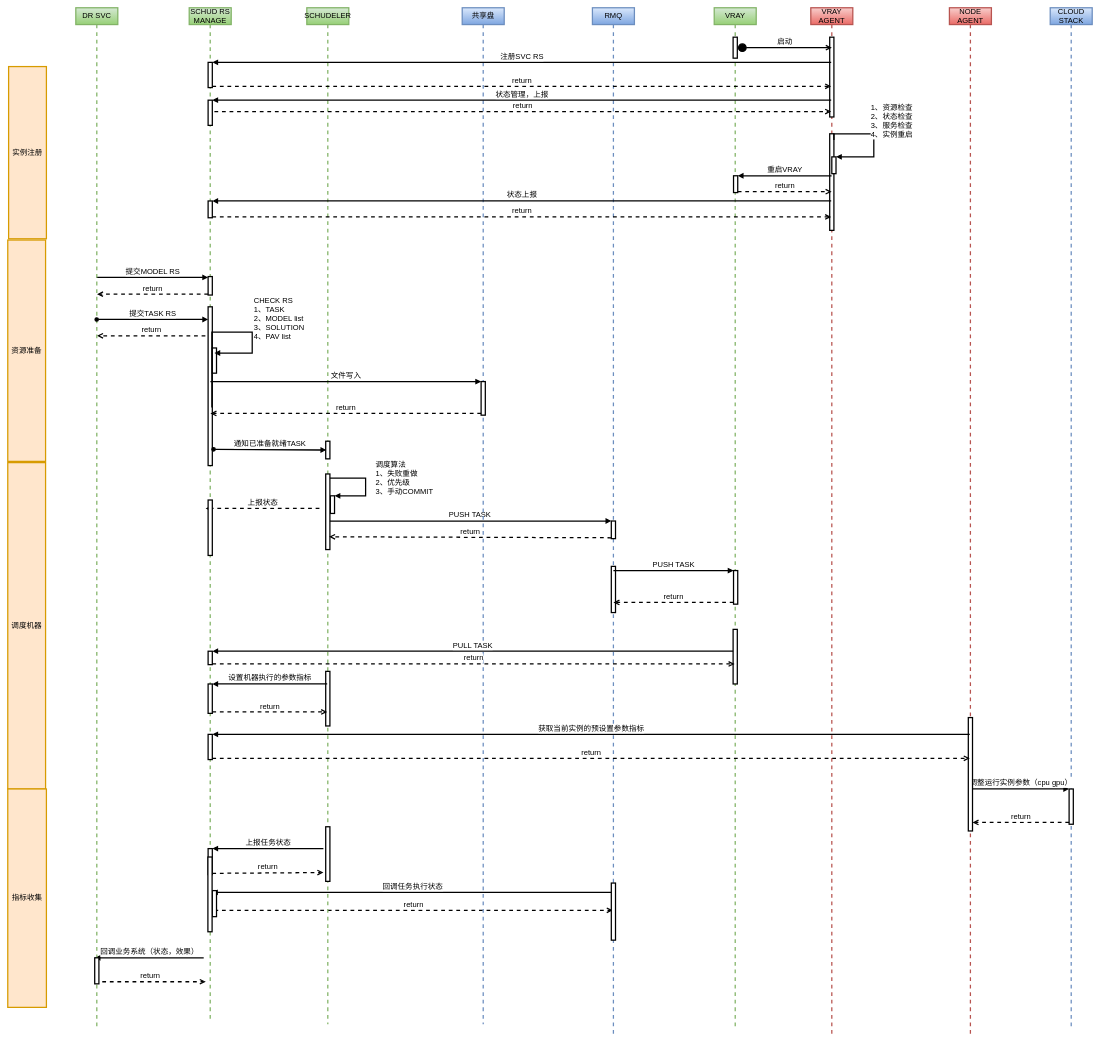
Above: 平台2.0/云渲染调度时序图.drawio in Msimplehub/abbysun (draw.io), before the change. Source tidied: cells renumbered, new cells numbered last; positions are measured from the earlier drawing's top-left corner, leaving out a move shared by most shapes. Both pictures are drawn from the tidied source at 42%, with x=0, y=0 at pixel (8, 8).
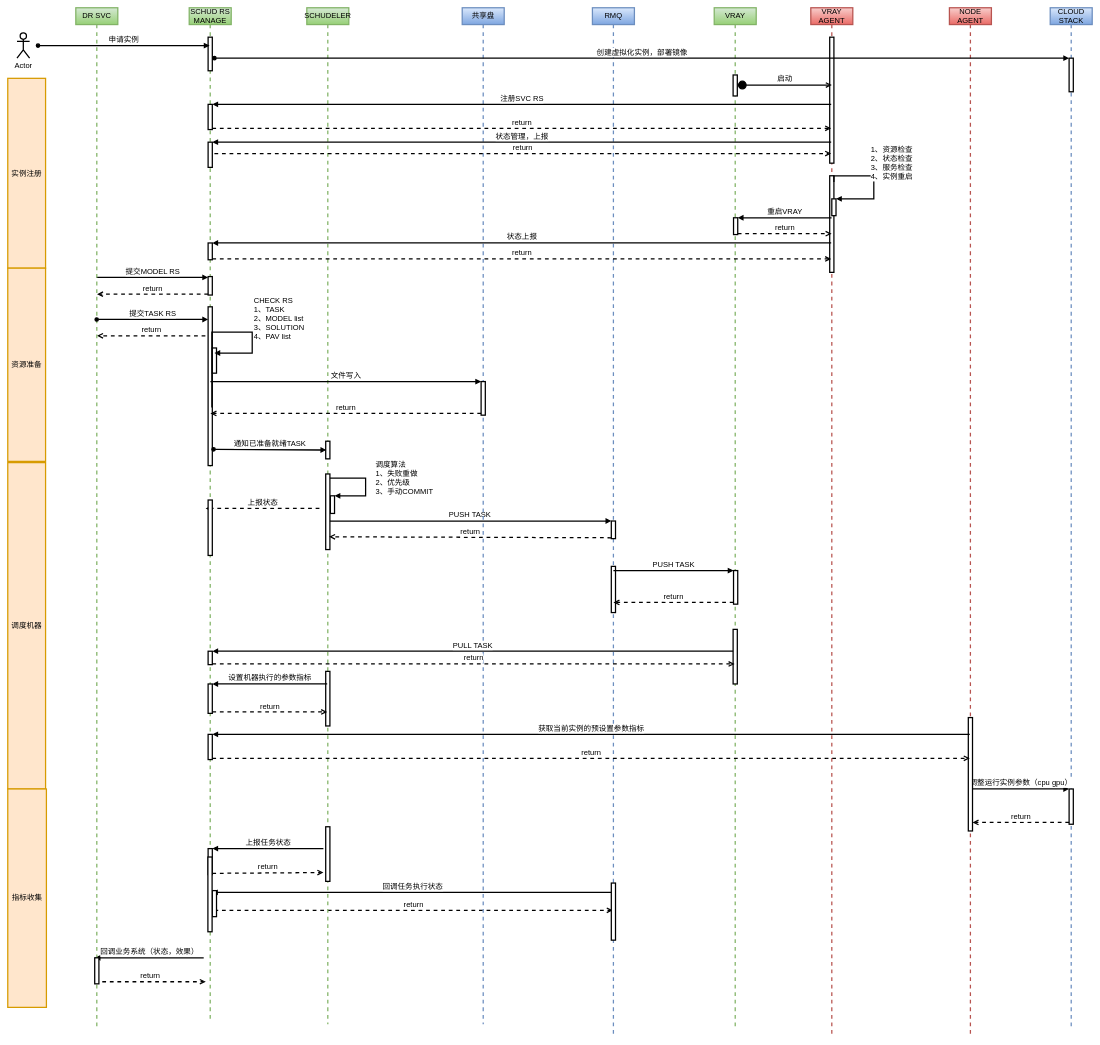
The same page after the edit.

Commit message (it also covers changes not shown here):
Update 云渲染调度时序图.drawio

The change refers to these unchanged cells:
```xml
<mxCell id="2" value="CLOUD STACK" style="shape=umlLifeline;perimeter=lifelinePerimeter;whiteSpace=wrap;html=1;fillColor=#dae8fc;strokeWidth=3;fontSize=18;strokeColor=#6c8ebf;gradientColor=#7ea6e0;" parent="1" vertex="1">
  <mxGeometry x="2482" width="100" height="2430" as="geometry" />
</mxCell>
<mxCell id="16" value="VRAY AGENT" style="shape=umlLifeline;perimeter=lifelinePerimeter;whiteSpace=wrap;html=1;outlineConnect=0;fillColor=#f8cecc;strokeWidth=3;fontSize=18;strokeColor=#b85450;gradientColor=#ea6b66;" parent="1" vertex="1">
  <mxGeometry x="1912" width="100" height="2450" as="geometry" />
</mxCell>
<mxCell id="23" value="SCHUD RS MANAGE" style="shape=umlLifeline;perimeter=lifelinePerimeter;whiteSpace=wrap;html=1;outlineConnect=0;fillColor=#d5e8d4;strokeWidth=3;fontSize=18;strokeColor=#82b366;gradientColor=#97d077;" parent="16" vertex="1">
  <mxGeometry x="-1480" width="100" height="2410" as="geometry" />
</mxCell>
<mxCell id="51" value="VRAY" style="shape=umlLifeline;perimeter=lifelinePerimeter;whiteSpace=wrap;html=1;outlineConnect=0;fillColor=#d5e8d4;strokeWidth=3;fontSize=18;strokeColor=#82b366;gradientColor=#97d077;" parent="16" vertex="1">
  <mxGeometry x="-230" width="100" height="2430" as="geometry" />
</mxCell>
```

What changed in the source:
```diff
@@
+    <mxCell id="85" style="html=1;perimeter=orthogonalPerimeter;fontSize=18;strokeWidth=3;" parent="2" vertex="1">
+      <mxGeometry x="45" y="120" width="10" height="80" as="geometry" />
+    </mxCell>
@@
     <mxCell id="17" style="html=1;perimeter=orthogonalPerimeter;strokeWidth=3;fontSize=18;" parent="16" vertex="1">
-      <mxGeometry x="45" y="300" width="10" height="230" as="geometry" />
+      <mxGeometry x="45" y="400" width="10" height="230" as="geometry" />
     </mxCell>
     <mxCell id="18" style="html=1;points=[];perimeter=orthogonalPerimeter;strokeWidth=3;fontSize=18;" parent="16" vertex="1">
-      <mxGeometry x="50" y="355" width="10" height="40" as="geometry" />
+      <mxGeometry x="50" y="455" width="10" height="40" as="geometry" />
     </mxCell>
     <mxCell id="19" value="1、资源检查&lt;br style=&quot;font-size: 18px;&quot;&gt;2、状态检查&lt;br style=&quot;font-size: 18px;&quot;&gt;3、服务检查&lt;br style=&quot;font-size: 18px;&quot;&gt;4、实例重启" style="edgeStyle=orthogonalEdgeStyle;html=1;align=left;spacingLeft=2;endArrow=block;rounded=0;entryX=1;entryY=0;strokeWidth=3;fontSize=18;" parent="16" edge="1" target="18">
       <mxGeometry x="-0.22" y="30" relative="1" as="geometry">
-        <mxPoint x="55" y="315" as="sourcePoint" />
+        <mxPoint x="55" y="415" as="sourcePoint" />
         <Array as="points">
-          <mxPoint x="55" y="300" />
-          <mxPoint x="150" y="300" />
-          <mxPoint x="150" y="355" />
+          <mxPoint x="55" y="400" />
+          <mxPoint x="150" y="400" />
+          <mxPoint x="150" y="455" />
         </Array>
       </mxGeometry>
     </mxCell>
     <mxCell id="20" style="html=1;points=[];perimeter=orthogonalPerimeter;fontSize=18;strokeWidth=3;" parent="16" vertex="1">
-      <mxGeometry x="45" y="70" width="10" height="190" as="geometry" />
+      <mxGeometry x="45" y="70" width="10" height="300" as="geometry" />
     </mxCell>
@@
     <mxCell id="25" style="html=1;points=[];perimeter=orthogonalPerimeter;strokeWidth=3;fontSize=18;" parent="23" vertex="1">
-      <mxGeometry x="45" y="130" width="10" height="60" as="geometry" />
+      <mxGeometry x="45" y="230" width="10" height="60" as="geometry" />
     </mxCell>
@@
     <mxCell id="33" style="html=1;points=[];perimeter=orthogonalPerimeter;strokeWidth=3;fontSize=18;" parent="23" vertex="1">
-      <mxGeometry x="45" y="220" width="10" height="60" as="geometry" />
+      <mxGeometry x="45" y="320" width="10" height="60" as="geometry" />
     </mxCell>
     <mxCell id="34" style="html=1;points=[];perimeter=orthogonalPerimeter;strokeWidth=3;fontSize=18;" parent="23" vertex="1">
-      <mxGeometry x="45" y="460" width="10" height="40" as="geometry" />
+      <mxGeometry x="45" y="560" width="10" height="40" as="geometry" />
     </mxCell>
@@
+    <mxCell id="86" style="html=1;perimeter=orthogonalPerimeter;fontSize=18;strokeWidth=3;" parent="23" vertex="1">
+      <mxGeometry x="45" y="70" width="10" height="80" as="geometry" />
+    </mxCell>
@@
-    <mxCell id="52" value="启动" style="html=1;verticalAlign=bottom;startArrow=circle;startFill=1;endArrow=open;startSize=6;endSize=8;rounded=0;strokeWidth=3;fontSize=18;" parent="51" edge="1" source="55">
-      <mxGeometry relative="1" as="geometry">
-        <mxPoint x="280" y="95" as="targetPoint" />
-      </mxGeometry>
-    </mxCell>
     <mxCell id="53" style="html=1;points=[];perimeter=orthogonalPerimeter;strokeWidth=3;fontSize=18;" parent="51" vertex="1">
-      <mxGeometry x="46" y="400" width="10" height="40" as="geometry" />
+      <mxGeometry x="46" y="500" width="10" height="40" as="geometry" />
     </mxCell>
@@
     <mxCell id="55" style="html=1;points=[];perimeter=orthogonalPerimeter;fontSize=18;strokeWidth=3;" parent="51" vertex="1">
-      <mxGeometry x="45" y="70" width="10" height="50" as="geometry" />
+      <mxGeometry x="45" y="160" width="10" height="50" as="geometry" />
     </mxCell>
@@
-    <mxCell id="57" value="注册SVC RS" style="html=1;verticalAlign=bottom;endArrow=block;entryX=1;entryY=0;rounded=0;strokeWidth=3;fontSize=18;" parent="16" edge="1" source="16" target="25">
-      <mxGeometry relative="1" as="geometry" />
+    <mxCell id="57" value="注册SVC RS" style="html=1;verticalAlign=bottom;endArrow=block;entryX=1;entryY=0;rounded=0;strokeWidth=3;fontSize=18;" parent="16" edge="1" target="25">
+      <mxGeometry relative="1" as="geometry">
+        <mxPoint x="48.5" y="230" as="sourcePoint" />
+      </mxGeometry>
     </mxCell>
-    <mxCell id="58" value="return" style="html=1;verticalAlign=bottom;endArrow=open;dashed=1;endSize=8;exitX=1;exitY=0.95;rounded=0;strokeWidth=3;fontSize=18;" parent="16" edge="1" source="25" target="16">
-      <mxGeometry relative="1" as="geometry" />
+    <mxCell id="58" value="return" style="html=1;verticalAlign=bottom;endArrow=open;dashed=1;endSize=8;exitX=1;exitY=0.95;rounded=0;strokeWidth=3;fontSize=18;" parent="16" edge="1" source="25">
+      <mxGeometry relative="1" as="geometry">
+        <mxPoint x="48.5" y="287" as="targetPoint" />
+      </mxGeometry>
     </mxCell>
-    <mxCell id="59" value="状态管理，上报" style="html=1;verticalAlign=bottom;endArrow=block;entryX=1;entryY=0;rounded=0;strokeWidth=3;fontSize=18;" parent="16" edge="1" source="16" target="33">
-      <mxGeometry relative="1" as="geometry" />
+    <mxCell id="59" value="状态管理，上报" style="html=1;verticalAlign=bottom;endArrow=block;entryX=1;entryY=0;rounded=0;strokeWidth=3;fontSize=18;" parent="16" edge="1" target="33">
+      <mxGeometry relative="1" as="geometry">
+        <mxPoint x="48.5" y="320" as="sourcePoint" />
+      </mxGeometry>
     </mxCell>
-    <mxCell id="60" value="状态上报" style="html=1;verticalAlign=bottom;endArrow=block;entryX=1;entryY=0;rounded=0;strokeWidth=3;fontSize=18;" parent="16" edge="1" source="16" target="34">
-      <mxGeometry relative="1" as="geometry" />
+    <mxCell id="60" value="状态上报" style="html=1;verticalAlign=bottom;endArrow=block;entryX=1;entryY=0;rounded=0;strokeWidth=3;fontSize=18;" parent="16" edge="1" target="34">
+      <mxGeometry relative="1" as="geometry">
+        <mxPoint x="48.5" y="560" as="sourcePoint" />
+      </mxGeometry>
     </mxCell>
-    <mxCell id="61" value="return" style="html=1;verticalAlign=bottom;endArrow=open;dashed=1;endSize=8;exitX=1;exitY=0.95;rounded=0;strokeWidth=3;fontSize=18;" parent="16" edge="1" source="34" target="16">
-      <mxGeometry relative="1" as="geometry" />
+    <mxCell id="61" value="return" style="html=1;verticalAlign=bottom;endArrow=open;dashed=1;endSize=8;exitX=1;exitY=0.95;rounded=0;strokeWidth=3;fontSize=18;" parent="16" edge="1" source="34">
+      <mxGeometry relative="1" as="geometry">
+        <mxPoint x="48.5" y="598" as="targetPoint" />
+      </mxGeometry>
     </mxCell>
@@
+    <mxCell id="52" value="启动" style="html=1;verticalAlign=bottom;startArrow=circle;startFill=1;endArrow=open;startSize=6;endSize=8;rounded=0;strokeWidth=3;fontSize=18;entryX=0.5;entryY=0.38;entryDx=0;entryDy=0;entryPerimeter=0;" parent="16" edge="1" target="20">
+      <mxGeometry relative="1" as="geometry">
+        <mxPoint x="-175" y="183.9" as="sourcePoint" />
+      </mxGeometry>
+    </mxCell>
-    <mxCell id="72" value="return" style="html=1;verticalAlign=bottom;endArrow=open;dashed=1;endSize=8;rounded=0;strokeWidth=3;fontSize=18;" parent="1" edge="1" target="16">
+    <mxCell id="72" value="return" style="html=1;verticalAlign=bottom;endArrow=open;dashed=1;endSize=8;rounded=0;strokeWidth=3;fontSize=18;" parent="1" edge="1">
       <mxGeometry relative="1" as="geometry">
-        <mxPoint x="492" y="247" as="sourcePoint" />
+        <mxPoint x="492" y="347" as="sourcePoint" />
+        <mxPoint x="1960.5" y="347" as="targetPoint" />
       </mxGeometry>
     </mxCell>
     <mxCell id="73" value="重启VRAY" style="html=1;verticalAlign=bottom;endArrow=block;entryX=1;entryY=0;rounded=0;strokeWidth=3;fontSize=18;" parent="1" edge="1" target="53">
       <mxGeometry relative="1" as="geometry">
-        <mxPoint x="1961.5" y="400" as="sourcePoint" />
+        <mxPoint x="1961.5" y="500" as="sourcePoint" />
       </mxGeometry>
     </mxCell>
     <mxCell id="74" value="return" style="html=1;verticalAlign=bottom;endArrow=open;dashed=1;endSize=8;exitX=1;exitY=0.95;rounded=0;strokeWidth=3;fontSize=18;" parent="1" edge="1" source="53">
       <mxGeometry relative="1" as="geometry">
-        <mxPoint x="1961.5" y="438" as="targetPoint" />
+        <mxPoint x="1961.5" y="538" as="targetPoint" />
       </mxGeometry>
     </mxCell>
@@
     <mxCell id="81" value="实例注册" style="rounded=0;whiteSpace=wrap;html=1;fontSize=18;strokeWidth=3;fillColor=#ffe6cc;strokeColor=#d79b00;" parent="1" vertex="1">
-      <mxGeometry x="2" y="140" width="90" height="410" as="geometry" />
+      <mxGeometry y="168" width="90" height="452" as="geometry" />
     </mxCell>
     <mxCell id="82" value="资源准备" style="rounded=0;whiteSpace=wrap;html=1;fontSize=18;strokeWidth=3;fillColor=#ffe6cc;strokeColor=#d79b00;" parent="1" vertex="1">
-      <mxGeometry y="553" width="90" height="527" as="geometry" />
+      <mxGeometry y="620" width="90" height="460" as="geometry" />
     </mxCell>
@@
+    <mxCell id="87" value="Actor" style="shape=umlActor;verticalLabelPosition=bottom;verticalAlign=top;html=1;fontSize=18;strokeWidth=3;" parent="1" vertex="1">
+      <mxGeometry x="22" y="60" width="30" height="60" as="geometry" />
+    </mxCell>
+    <mxCell id="88" value="申请实例" style="html=1;verticalAlign=bottom;startArrow=oval;startFill=1;endArrow=block;startSize=8;rounded=0;fontSize=18;strokeWidth=3;" parent="1" edge="1" target="23">
+      <mxGeometry relative="1" as="geometry">
+        <mxPoint x="72" y="90" as="sourcePoint" />
+      </mxGeometry>
+    </mxCell>
+    <mxCell id="89" value="创建虚拟化实例，部署镜像" style="html=1;verticalAlign=bottom;startArrow=oval;endArrow=block;startSize=8;rounded=0;fontSize=18;strokeWidth=3;" parent="1" edge="1">
+      <mxGeometry relative="1" as="geometry">
+        <mxPoint x="492" y="120" as="sourcePoint" />
+        <mxPoint x="2527" y="120" as="targetPoint" />
+      </mxGeometry>
+    </mxCell>
```
